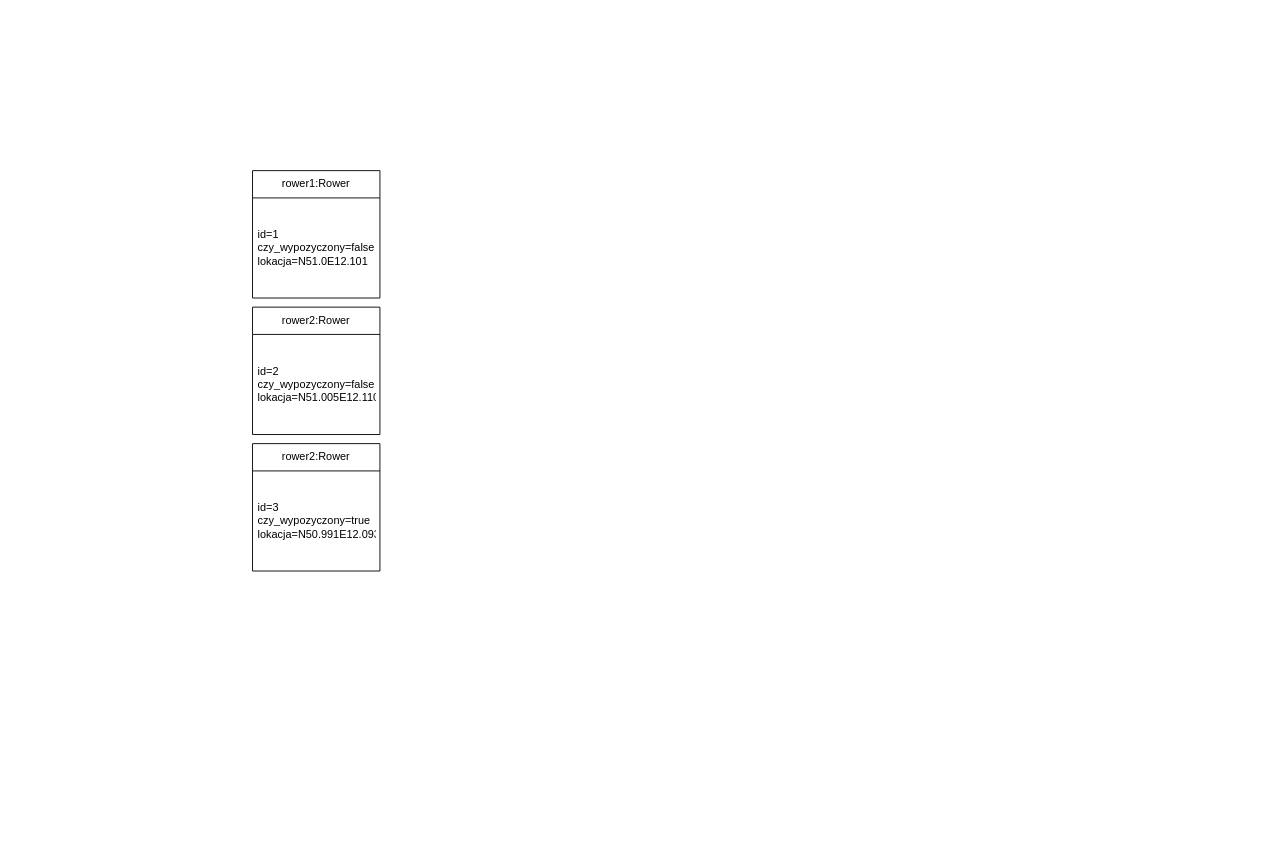
This is DiagramObiektow.drawio from KarolinaPiechowicz05/2024-12-31, a draw.io file, before an edit. Source tidied: cells renumbered, new cells numbered last; positions are measured from the earlier drawing's top-left corner, leaving out a move shared by most shapes. Both pictures are drawn from the tidied source at 91%, with x=0, y=0 at pixel (252, 170).
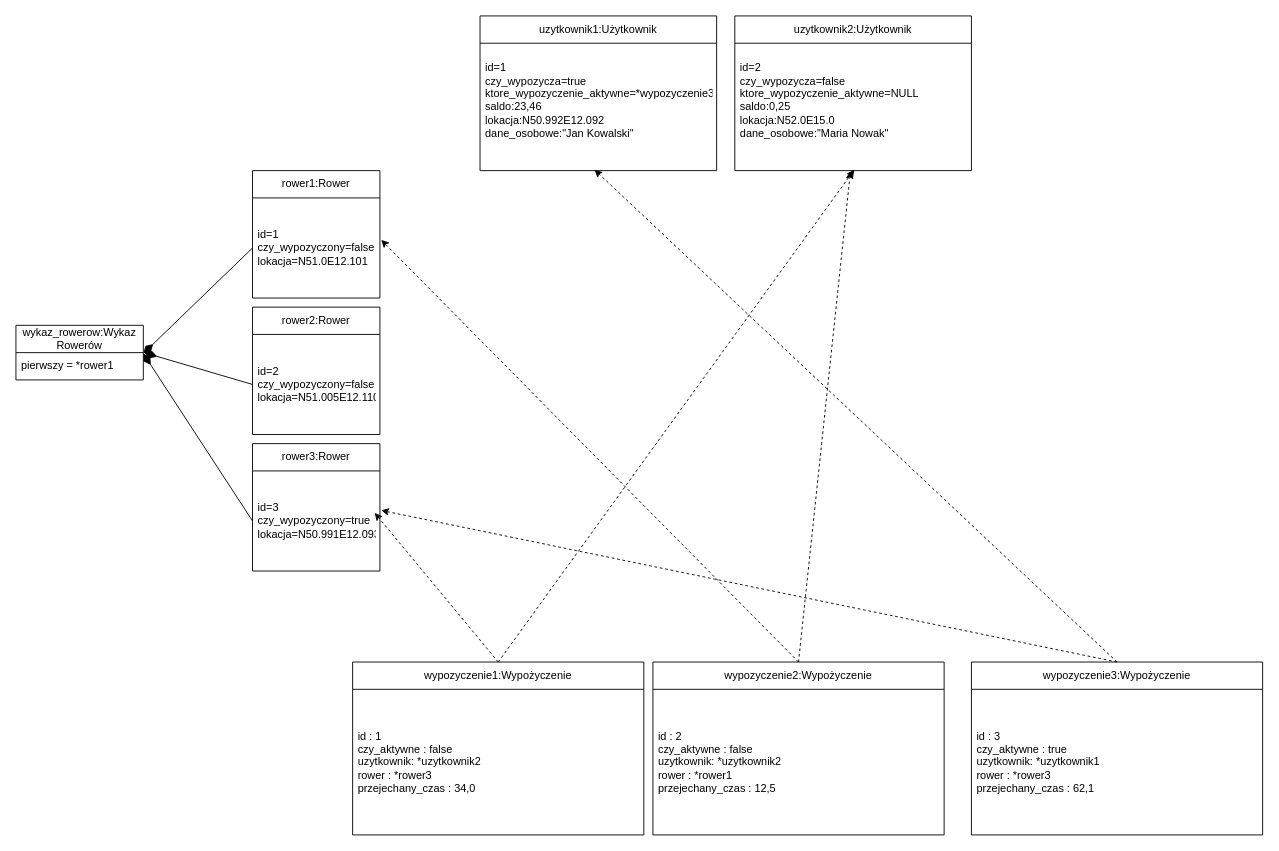
The same diagram, later.

The change refers to these unchanged cells:
```xml
<mxCell id="3" value="id=1&lt;br&gt;czy_wypozyczony=false&lt;br&gt;lokacja=N51.0E12.101" style="text;strokeColor=none;fillColor=none;align=left;verticalAlign=middle;spacingLeft=4;spacingRight=4;overflow=hidden;points=[[0,0.5],[1,0.5]];portConstraint=eastwest;whiteSpace=wrap;html=1;" parent="2" vertex="1">
  <mxGeometry y="30" width="140" height="110" as="geometry" />
</mxCell>
<mxCell id="5" value="id=2&lt;br&gt;czy_wypozyczony=false&lt;br&gt;lokacja=N51.005E12.110" style="text;strokeColor=none;fillColor=none;align=left;verticalAlign=middle;spacingLeft=4;spacingRight=4;overflow=hidden;points=[[0,0.5],[1,0.5]];portConstraint=eastwest;whiteSpace=wrap;html=1;" parent="4" vertex="1">
  <mxGeometry y="30" width="140" height="110" as="geometry" />
</mxCell>
<mxCell id="7" value="id=3&lt;br&gt;czy_wypozyczony=true&lt;br&gt;lokacja=N50.991E12.093" style="text;strokeColor=none;fillColor=none;align=left;verticalAlign=middle;spacingLeft=4;spacingRight=4;overflow=hidden;points=[[0,0.5],[1,0.5]];portConstraint=eastwest;whiteSpace=wrap;html=1;" parent="6" vertex="1">
  <mxGeometry y="30" width="140" height="110" as="geometry" />
</mxCell>
```

What changed in the source:
```diff
@@
-    <mxCell id="6" value="rower2:Rower" style="swimlane;fontStyle=0;horizontal=1;startSize=30;whiteSpace=wrap;html=1;" parent="1" vertex="1">
+    <mxCell id="6" value="rower3:Rower" style="swimlane;fontStyle=0;horizontal=1;startSize=30;whiteSpace=wrap;html=1;" parent="1" vertex="1">
       <mxGeometry y="300" width="140" height="140" as="geometry" />
     </mxCell>
@@
+    <mxCell id="8" style="rounded=0;jettySize=auto;html=1;endArrow=diamondThin;endFill=1;entryX=1;entryY=0.033;entryDx=0;entryDy=0;entryPerimeter=0;exitX=0;exitY=0.5;exitDx=0;exitDy=0;endSize=12;" parent="1" edge="1" source="7" target="10">
+      <mxGeometry relative="1" as="geometry" />
+    </mxCell>
+    <mxCell id="9" value="wykaz_rowerow:Wykaz Rowerów" style="swimlane;fontStyle=0;horizontal=1;startSize=30;whiteSpace=wrap;html=1;" parent="1" vertex="1">
+      <mxGeometry x="-260" y="170" width="140" height="60" as="geometry" />
+    </mxCell>
+    <mxCell id="10" value="pierwszy = *rower1" style="text;strokeColor=none;fillColor=none;align=left;verticalAlign=middle;spacingLeft=4;spacingRight=4;overflow=hidden;points=[[0,0.5],[1,0.5]];portConstraint=eastwest;whiteSpace=wrap;html=1;" parent="9" vertex="1">
+      <mxGeometry y="30" width="140" height="30" as="geometry" />
+    </mxCell>
+    <mxCell id="11" value="uzytkownik1:Użytkownik" style="swimlane;fontStyle=0;horizontal=1;startSize=30;whiteSpace=wrap;html=1;" parent="1" vertex="1">
+      <mxGeometry x="250" y="-170" width="260" height="170" as="geometry" />
+    </mxCell>
+    <mxCell id="12" value="id=1&lt;br&gt;&lt;div&gt;czy_wypozycza=true&lt;/div&gt;&lt;div&gt;ktore_wypozyczenie_aktywne=*wypozyczenie3&lt;br&gt;&lt;/div&gt;&lt;div&gt;saldo:23,46&lt;/div&gt;&lt;div&gt;lokacja:N50.992E12.092&lt;br&gt;dane_osobowe:&quot;Jan Kowalski&quot;&lt;br&gt;&lt;/div&gt;&lt;div&gt;&lt;br&gt;&lt;/div&gt;" style="text;strokeColor=none;fillColor=none;align=left;verticalAlign=middle;spacingLeft=4;spacingRight=4;overflow=hidden;points=[[0,0.5],[1,0.5]];portConstraint=eastwest;whiteSpace=wrap;html=1;" parent="11" vertex="1">
+      <mxGeometry y="30" width="260" height="140" as="geometry" />
+    </mxCell>
+    <mxCell id="13" value="uzytkownik2:Użytkownik" style="swimlane;fontStyle=0;horizontal=1;startSize=30;whiteSpace=wrap;html=1;" parent="1" vertex="1">
+      <mxGeometry x="530" y="-170" width="260" height="170" as="geometry" />
+    </mxCell>
+    <mxCell id="14" value="id=2&lt;br&gt;&lt;div&gt;czy_wypozycza=false&lt;/div&gt;&lt;div&gt;ktore_wypozyczenie_aktywne=NULL&lt;br&gt;&lt;/div&gt;&lt;div&gt;saldo:0,25&lt;/div&gt;&lt;div&gt;lokacja:N52.0E15.0&lt;br&gt;dane_osobowe:&quot;Maria Nowak&quot;&lt;br&gt;&lt;/div&gt;&lt;div&gt;&lt;br&gt;&lt;/div&gt;" style="text;strokeColor=none;fillColor=none;align=left;verticalAlign=middle;spacingLeft=4;spacingRight=4;overflow=hidden;points=[[0,0.5],[1,0.5]];portConstraint=eastwest;whiteSpace=wrap;html=1;" parent="13" vertex="1">
+      <mxGeometry y="30" width="260" height="140" as="geometry" />
+    </mxCell>
+    <mxCell id="15" value="wypozyczenie1:Wypożyczenie" style="swimlane;fontStyle=0;horizontal=1;startSize=30;whiteSpace=wrap;html=1;" parent="1" vertex="1">
+      <mxGeometry x="110" y="540" width="320" height="190" as="geometry" />
+    </mxCell>
+    <mxCell id="16" value="id : 1&lt;br&gt;czy_aktywne : false&lt;br&gt;uzytkownik: *uzytkownik2&lt;br&gt;rower : *rower3&lt;br&gt;przejechany_czas : 34,0" style="text;strokeColor=none;fillColor=none;align=left;verticalAlign=middle;spacingLeft=4;spacingRight=4;overflow=hidden;whiteSpace=wrap;html=1;" parent="15" vertex="1">
+      <mxGeometry y="30" width="320" height="160" as="geometry" />
+    </mxCell>
+    <mxCell id="17" value="wypozyczenie2:Wypożyczenie" style="swimlane;fontStyle=0;horizontal=1;startSize=30;whiteSpace=wrap;html=1;" parent="1" vertex="1">
+      <mxGeometry x="440" y="540" width="320" height="190" as="geometry" />
+    </mxCell>
+    <mxCell id="18" value="id : 2&lt;br&gt;czy_aktywne : false&lt;br&gt;uzytkownik: *uzytkownik2&lt;br&gt;rower : *rower1&lt;br&gt;przejechany_czas : 12,5" style="text;strokeColor=none;fillColor=none;align=left;verticalAlign=middle;spacingLeft=4;spacingRight=4;overflow=hidden;whiteSpace=wrap;html=1;" parent="17" vertex="1">
+      <mxGeometry y="30" width="320" height="160" as="geometry" />
+    </mxCell>
+    <mxCell id="19" value="wypozyczenie3:Wypożyczenie" style="swimlane;fontStyle=0;horizontal=1;startSize=30;whiteSpace=wrap;html=1;" parent="1" vertex="1">
+      <mxGeometry x="790" y="540" width="320" height="190" as="geometry" />
+    </mxCell>
+    <mxCell id="20" value="id : 3&lt;br&gt;czy_aktywne : true&lt;br&gt;uzytkownik: *uzytkownik1&lt;br&gt;rower : *rower3&lt;br&gt;przejechany_czas : 62,1" style="text;strokeColor=none;fillColor=none;align=left;verticalAlign=middle;spacingLeft=4;spacingRight=4;overflow=hidden;whiteSpace=wrap;html=1;" parent="19" vertex="1">
+      <mxGeometry y="30" width="320" height="160" as="geometry" />
+    </mxCell>
+    <mxCell id="21" style="rounded=0;jettySize=auto;html=1;endArrow=diamondThin;endFill=1;entryX=1.007;entryY=0;entryDx=0;entryDy=0;entryPerimeter=0;endSize=12;exitX=0;exitY=0.5;exitDx=0;exitDy=0;" parent="1" edge="1" source="5" target="10">
+      <mxGeometry relative="1" as="geometry" />
+    </mxCell>
+    <mxCell id="22" style="rounded=0;jettySize=auto;html=1;endArrow=diamondThin;endFill=1;entryX=1;entryY=0.033;entryDx=0;entryDy=0;entryPerimeter=0;exitX=0;exitY=0.5;exitDx=0;exitDy=0;endSize=12;" parent="1" edge="1" source="3" target="10">
+      <mxGeometry relative="1" as="geometry" />
+    </mxCell>
+    <mxCell id="23" style="endArrow=classic;html=1;rounded=0;dashed=1;exitX=0.5;exitY=0;exitDx=0;exitDy=0;entryX=0.505;entryY=0.993;entryDx=0;entryDy=0;entryPerimeter=0;" parent="1" edge="1" source="15" target="14">
+      <mxGeometry relative="1" as="geometry" />
+    </mxCell>
+    <mxCell id="24" style="endArrow=classic;html=1;rounded=0;dashed=1;entryX=0.959;entryY=0.419;entryDx=0;entryDy=0;entryPerimeter=0;exitX=0.5;exitY=0;exitDx=0;exitDy=0;" parent="1" edge="1" source="15" target="7">
+      <mxGeometry relative="1" as="geometry" />
+    </mxCell>
+    <mxCell id="25" style="endArrow=classic;html=1;rounded=0;dashed=1;exitX=0.5;exitY=0;exitDx=0;exitDy=0;entryX=0.489;entryY=1.003;entryDx=0;entryDy=0;entryPerimeter=0;" parent="1" edge="1" source="17" target="14">
+      <mxGeometry relative="1" as="geometry" />
+    </mxCell>
+    <mxCell id="26" style="endArrow=classic;html=1;rounded=0;dashed=1;exitX=0.5;exitY=0;exitDx=0;exitDy=0;entryX=1.01;entryY=0.419;entryDx=0;entryDy=0;entryPerimeter=0;" parent="1" edge="1" source="17" target="3">
+      <mxGeometry relative="1" as="geometry" />
+    </mxCell>
+    <mxCell id="27" style="endArrow=classic;html=1;rounded=0;dashed=1;exitX=0.5;exitY=0;exitDx=0;exitDy=0;entryX=0.484;entryY=0.993;entryDx=0;entryDy=0;entryPerimeter=0;" parent="1" edge="1" source="19" target="12">
+      <mxGeometry relative="1" as="geometry" />
+    </mxCell>
+    <mxCell id="28" style="endArrow=classic;html=1;rounded=0;dashed=1;entryX=1.01;entryY=0.394;entryDx=0;entryDy=0;entryPerimeter=0;" parent="1" edge="1" target="7">
+      <mxGeometry relative="1" as="geometry">
+        <mxPoint x="950" y="540" as="sourcePoint" />
+      </mxGeometry>
+    </mxCell>
```
